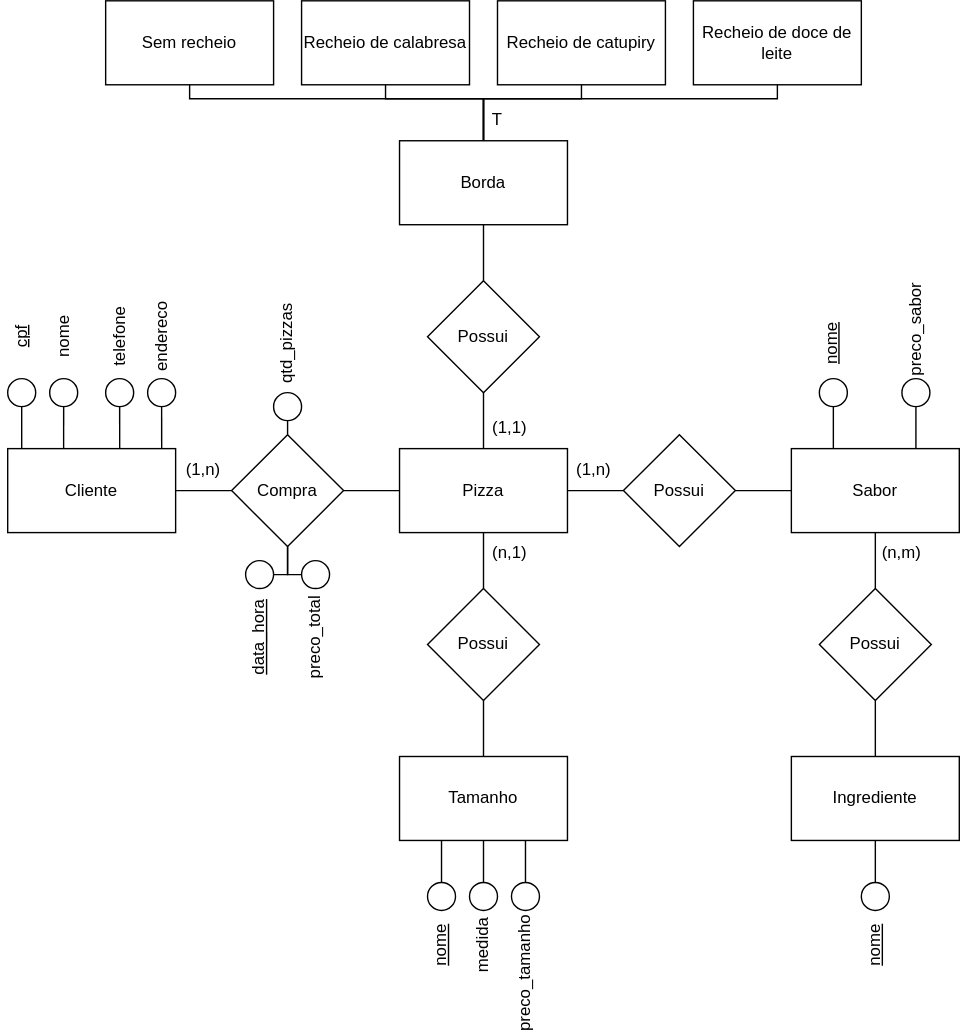
The draw.io diagram Lista3_11-04/Ex2.svg in andreeeeeeeee/Engenharia_Software, before a commit. Source tidied: cells renumbered, new cells last; positions are measured from the earlier drawing's top-left corner, leaving out a move shared by most shapes.
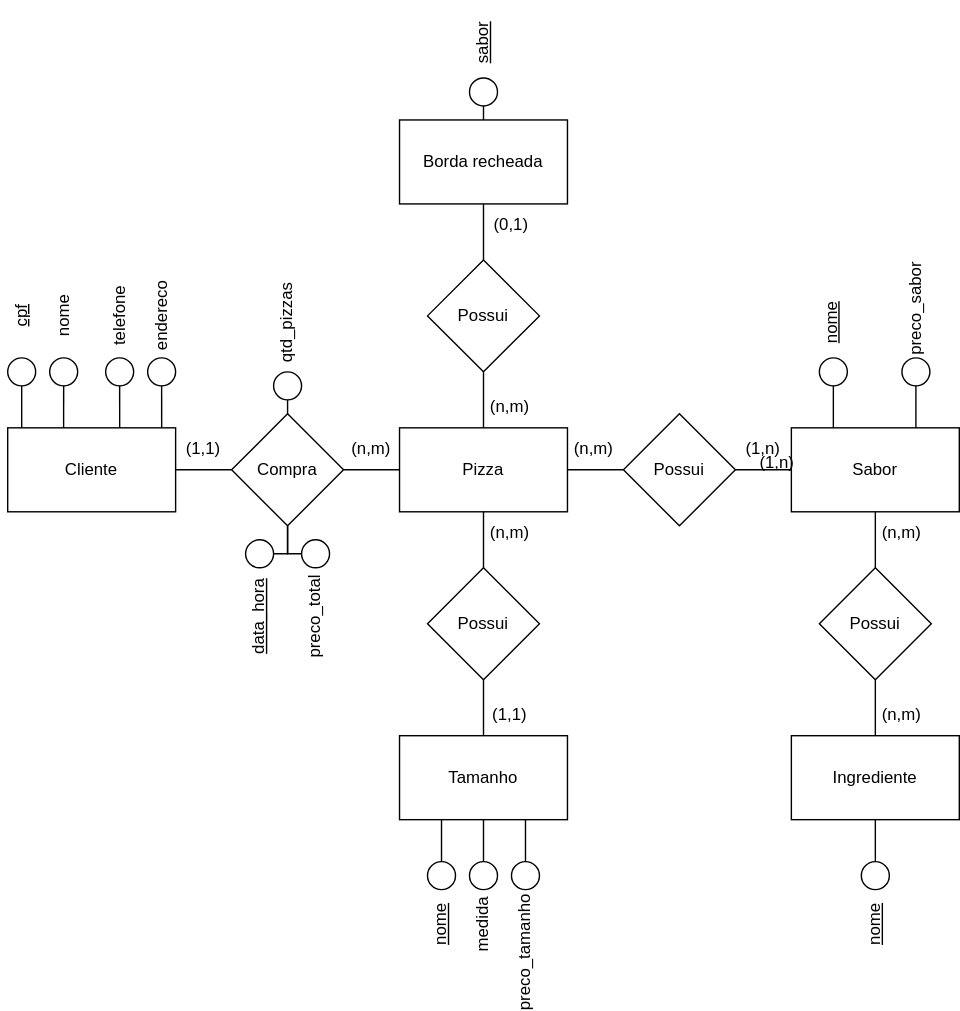
After the change.

The edit, as a diff of the source:
```diff
@@ -17,7 +17,7 @@
     <mxCell id="6" style="endArrow=none;html=1;rounded=0;exitX=1;exitY=0.5;exitDx=0;exitDy=0;entryX=0;entryY=0.5;entryDx=0;entryDy=0;" parent="1" edge="1" source="3" target="4">
       <mxGeometry relative="1" as="geometry" />
     </mxCell>
-    <mxCell id="7" value="(1,n)" style="text;html=1;strokeColor=none;fillColor=none;align=center;verticalAlign=middle;whiteSpace=wrap;rounded=0;" parent="1" vertex="1">
+    <mxCell id="7" value="(n,m)" style="text;html=1;strokeColor=none;fillColor=none;align=center;verticalAlign=middle;whiteSpace=wrap;rounded=0;" parent="1" vertex="1">
       <mxGeometry x="409" y="320" width="60" height="30" as="geometry" />
     </mxCell>
     <mxCell id="8" style="ellipse;whiteSpace=wrap;html=1;" parent="1" vertex="1">
@@ -76,7 +76,7 @@
     <mxCell id="25" style="endArrow=none;html=1;rounded=0;entryX=0.5;entryY=1;entryDx=0;entryDy=0;exitX=0.5;exitY=0;exitDx=0;exitDy=0;" parent="1" edge="1" source="23" target="22">
       <mxGeometry relative="1" as="geometry" />
     </mxCell>
-    <mxCell id="26" value="(n,1)" style="text;html=1;strokeColor=none;fillColor=none;align=center;verticalAlign=middle;whiteSpace=wrap;rounded=0;" parent="1" vertex="1">
+    <mxCell id="26" value="(n,m)" style="text;html=1;strokeColor=none;fillColor=none;align=center;verticalAlign=middle;whiteSpace=wrap;rounded=0;" parent="1" vertex="1">
       <mxGeometry x="349" y="380" width="60" height="30" as="geometry" />
     </mxCell>
     <mxCell id="27" style="ellipse;whiteSpace=wrap;html=1;" parent="1" vertex="1">
@@ -109,7 +109,7 @@
     <mxCell id="36" value="Possui" style="rhombus;whiteSpace=wrap;html=1;" parent="1" vertex="1">
       <mxGeometry x="320" y="200" width="80" height="80" as="geometry" />
     </mxCell>
-    <mxCell id="37" value="Borda" style="rounded=0;whiteSpace=wrap;html=1;" parent="1" vertex="1">
+    <mxCell id="37" value="Borda recheada" style="rounded=0;whiteSpace=wrap;html=1;" parent="1" vertex="1">
       <mxGeometry x="300" y="100" width="120" height="60" as="geometry" />
     </mxCell>
     <mxCell id="38" style="endArrow=none;html=1;rounded=0;exitX=0.5;exitY=0;exitDx=0;exitDy=0;entryX=0.5;entryY=1;entryDx=0;entryDy=0;" parent="1" edge="1" source="2" target="36">
@@ -118,53 +118,9 @@
     <mxCell id="39" style="endArrow=none;html=1;rounded=0;entryX=0.5;entryY=1;entryDx=0;entryDy=0;exitX=0.5;exitY=0;exitDx=0;exitDy=0;" parent="1" edge="1" source="36" target="37">
       <mxGeometry relative="1" as="geometry" />
     </mxCell>
-    <mxCell id="40" value="(1,1)" style="text;html=1;strokeColor=none;fillColor=none;align=center;verticalAlign=middle;whiteSpace=wrap;rounded=0;" parent="1" vertex="1">
+    <mxCell id="40" value="(n,m)" style="text;html=1;strokeColor=none;fillColor=none;align=center;verticalAlign=middle;whiteSpace=wrap;rounded=0;" parent="1" vertex="1">
       <mxGeometry x="349" y="290" width="60" height="30" as="geometry" />
     </mxCell>
-    <mxCell id="41" value="Recheio de catupiry" style="rounded=0;whiteSpace=wrap;html=1;" parent="1" vertex="1">
-      <mxGeometry x="370" width="120" height="60" as="geometry" />
-    </mxCell>
-    <mxCell id="42" value="Recheio de calabresa" style="rounded=0;whiteSpace=wrap;html=1;" parent="1" vertex="1">
-      <mxGeometry x="230" width="120" height="60" as="geometry" />
-    </mxCell>
-    <mxCell id="43" value="Sem recheio" style="rounded=0;whiteSpace=wrap;html=1;" parent="1" vertex="1">
-      <mxGeometry x="90" width="120" height="60" as="geometry" />
-    </mxCell>
-    <mxCell id="44" value="Recheio de doce de leite" style="rounded=0;whiteSpace=wrap;html=1;" parent="1" vertex="1">
-      <mxGeometry x="510" width="120" height="60" as="geometry" />
-    </mxCell>
-    <mxCell id="45" style="endArrow=none;html=1;rounded=0;entryX=0.5;entryY=1;entryDx=0;entryDy=0;exitX=0.5;exitY=0;exitDx=0;exitDy=0;" parent="1" edge="1" source="37" target="43">
-      <mxGeometry relative="1" as="geometry">
-        <Array as="points">
-          <mxPoint x="360" y="70" />
-          <mxPoint x="150" y="70" />
-        </Array>
-      </mxGeometry>
-    </mxCell>
-    <mxCell id="46" style="endArrow=none;html=1;rounded=0;entryX=0.5;entryY=1;entryDx=0;entryDy=0;exitX=0.5;exitY=0;exitDx=0;exitDy=0;" parent="1" edge="1" source="37" target="42">
-      <mxGeometry relative="1" as="geometry">
-        <Array as="points">
-          <mxPoint x="360" y="70" />
-          <mxPoint x="290" y="70" />
-        </Array>
-      </mxGeometry>
-    </mxCell>
-    <mxCell id="47" style="endArrow=none;html=1;rounded=0;entryX=0.5;entryY=1;entryDx=0;entryDy=0;exitX=0.5;exitY=0;exitDx=0;exitDy=0;" parent="1" edge="1" source="37" target="41">
-      <mxGeometry relative="1" as="geometry">
-        <Array as="points">
-          <mxPoint x="360" y="70" />
-          <mxPoint x="430" y="70" />
-        </Array>
-      </mxGeometry>
-    </mxCell>
-    <mxCell id="48" style="endArrow=none;html=1;rounded=0;entryX=0.5;entryY=1;entryDx=0;entryDy=0;exitX=0.5;exitY=0;exitDx=0;exitDy=0;" parent="1" edge="1" source="37" target="44">
-      <mxGeometry relative="1" as="geometry">
-        <Array as="points">
-          <mxPoint x="360" y="70" />
-          <mxPoint x="570" y="70" />
-        </Array>
-      </mxGeometry>
-    </mxCell>
     <mxCell id="49" value="Compra" style="rhombus;whiteSpace=wrap;html=1;" parent="1" vertex="1">
       <mxGeometry x="180" y="310" width="80" height="80" as="geometry" />
     </mxCell>
@@ -177,10 +133,7 @@
     <mxCell id="52" style="endArrow=none;html=1;rounded=0;exitX=1;exitY=0.5;exitDx=0;exitDy=0;entryX=0;entryY=0.5;entryDx=0;entryDy=0;" parent="1" edge="1" source="49" target="2">
       <mxGeometry relative="1" as="geometry" />
     </mxCell>
-    <mxCell id="53" value="T" style="text;html=1;strokeColor=none;fillColor=none;align=center;verticalAlign=middle;whiteSpace=wrap;rounded=0;" parent="1" vertex="1">
-      <mxGeometry x="340" y="70" width="60" height="30" as="geometry" />
-    </mxCell>
-    <mxCell id="54" value="(1,n)" style="text;html=1;strokeColor=none;fillColor=none;align=center;verticalAlign=middle;whiteSpace=wrap;rounded=0;" parent="1" vertex="1">
+    <mxCell id="54" value="(1,1)" style="text;html=1;strokeColor=none;fillColor=none;align=center;verticalAlign=middle;whiteSpace=wrap;rounded=0;" parent="1" vertex="1">
       <mxGeometry x="130" y="320" width="60" height="30" as="geometry" />
     </mxCell>
     <mxCell id="55" style="ellipse;whiteSpace=wrap;html=1;" parent="1" vertex="1">
@@ -256,5 +209,32 @@
     <mxCell id="75" value="endereco" style="text;html=1;strokeColor=none;fillColor=none;align=center;verticalAlign=middle;whiteSpace=wrap;rounded=0;rotation=-90;" parent="1" vertex="1">
       <mxGeometry x="100" y="225" width="60" height="30" as="geometry" />
     </mxCell>
+    <mxCell id="76" value="(0,1)" style="text;html=1;strokeColor=none;fillColor=none;align=center;verticalAlign=middle;whiteSpace=wrap;rounded=0;" parent="1" vertex="1">
+      <mxGeometry x="350" y="160" width="60" height="30" as="geometry" />
+    </mxCell>
+    <mxCell id="77" style="ellipse;whiteSpace=wrap;html=1;" parent="1" vertex="1">
+      <mxGeometry x="350" y="70" width="20" height="20" as="geometry" />
+    </mxCell>
+    <mxCell id="78" value="&lt;u&gt;sabor&lt;/u&gt;" style="text;html=1;strokeColor=none;fillColor=none;align=center;verticalAlign=middle;whiteSpace=wrap;rounded=0;rotation=-90;" parent="1" vertex="1">
+      <mxGeometry x="330" y="30" width="60" height="30" as="geometry" />
+    </mxCell>
+    <mxCell id="79" style="endArrow=none;html=1;rounded=0;exitX=0.5;exitY=0;exitDx=0;exitDy=0;" parent="1" edge="1" source="37" target="77">
+      <mxGeometry relative="1" as="geometry" />
+    </mxCell>
+    <mxCell id="80" value="(n,m)" style="text;html=1;strokeColor=none;fillColor=none;align=center;verticalAlign=middle;whiteSpace=wrap;rounded=0;" parent="1" vertex="1">
+      <mxGeometry x="250" y="320" width="60" height="30" as="geometry" />
+    </mxCell>
+    <mxCell id="81" value="(1,1)" style="text;html=1;strokeColor=none;fillColor=none;align=center;verticalAlign=middle;whiteSpace=wrap;rounded=0;" parent="1" vertex="1">
+      <mxGeometry x="349" y="510" width="60" height="30" as="geometry" />
+    </mxCell>
+    <mxCell id="82" value="(1,n)" style="text;html=1;strokeColor=none;fillColor=none;align=center;verticalAlign=middle;whiteSpace=wrap;rounded=0;" parent="1" vertex="1">
+      <mxGeometry x="530" y="320" width="60" height="30" as="geometry" />
+    </mxCell>
+    <mxCell id="83" value="(1,n)" style="text;html=1;strokeColor=none;fillColor=none;align=center;verticalAlign=middle;whiteSpace=wrap;rounded=0;" parent="1" vertex="1">
+      <mxGeometry x="540" y="330" width="60" height="30" as="geometry" />
+    </mxCell>
+    <mxCell id="84" value="(n,m)" style="text;html=1;strokeColor=none;fillColor=none;align=center;verticalAlign=middle;whiteSpace=wrap;rounded=0;" parent="1" vertex="1">
+      <mxGeometry x="629" y="510" width="60" height="30" as="geometry" />
+    </mxCell>
   </root>
 </mxGraphModel>
```
